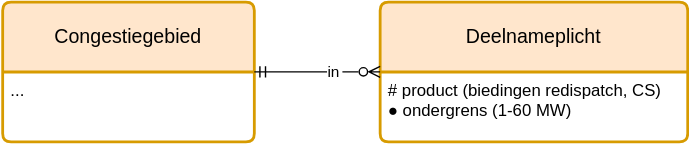
Netbeheer-Nederland/stelsel keeps this draw.io diagram as registers/congestiegebiedenregister/1.0/congestiegebiedenregister.drawio.svg. Above is the earlier version. Source tidied: cells renumbered, new cells last; positions are measured from the earlier drawing's top-left corner, leaving out a move shared by most shapes.
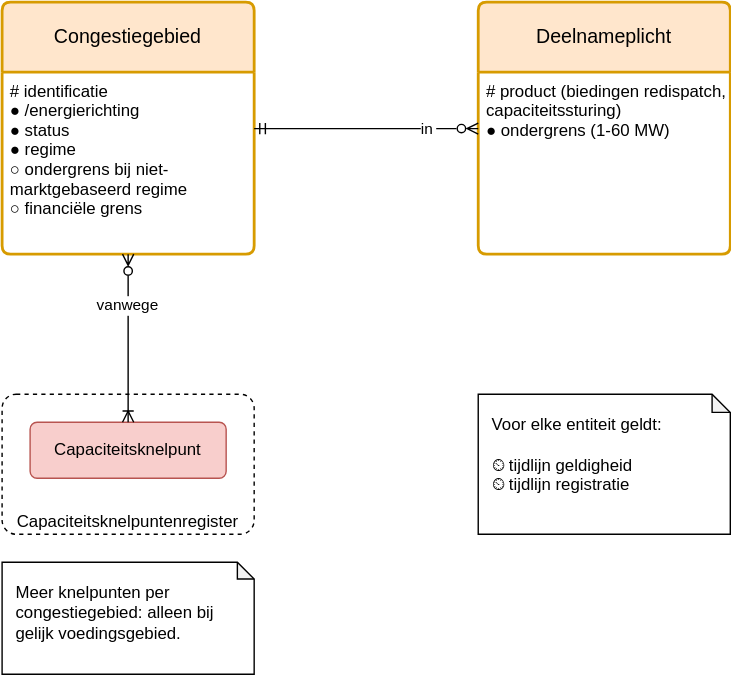
The same diagram one commit later.

The edit, as a diff of the source:
```diff
@@ -3,19 +3,34 @@
     <mxCell id="0" />
     <mxCell id="1" parent="0" />
     <mxCell id="2" value="Deelnameplicht" style="swimlane;horizontal=1;startSize=50;rounded=1;fontSize=14;fontStyle=0;strokeWidth=2;shadow=0;dashed=0;align=center;arcSize=4;whiteSpace=wrap;hachureGap=4;fontFamily=Helvetica;fillColor=#ffe6cc;strokeColor=#d79b00;spacing=10;fontColor=default;" parent="1" vertex="1">
-      <mxGeometry x="270" width="220" height="100" as="geometry" />
+      <mxGeometry x="340" width="180" height="180" as="geometry" />
     </mxCell>
-    <mxCell id="3" value="# product (biedingen redispatch, CS)&#10;● ondergrens (1-60 MW)" style="align=left;strokeColor=none;fillColor=none;spacingLeft=4;fontSize=12;verticalAlign=top;hachureGap=4;fontFamily=Helvetica;" parent="2" vertex="1">
-      <mxGeometry y="50" width="220" height="50" as="geometry" />
+    <mxCell id="3" value="# product (biedingen redispatch,&#10;   capaciteitssturing)&#10;● ondergrens (1-60 MW)" style="align=left;strokeColor=none;fillColor=none;spacingLeft=4;fontSize=12;verticalAlign=top;hachureGap=4;fontFamily=Helvetica;" parent="2" vertex="1">
+      <mxGeometry y="50" width="180" height="130" as="geometry" />
     </mxCell>
     <mxCell id="4" value="Congestiegebied" style="swimlane;horizontal=1;startSize=50;rounded=1;fontSize=14;fontStyle=0;strokeWidth=2;shadow=0;dashed=0;align=center;arcSize=4;whiteSpace=wrap;hachureGap=4;fontFamily=Helvetica;fillColor=#ffe6cc;strokeColor=#d79b00;spacing=10;" parent="1" vertex="1">
-      <mxGeometry width="180" height="100" as="geometry" />
+      <mxGeometry width="180" height="180" as="geometry" />
     </mxCell>
-    <mxCell id="5" value="...&#10;" style="align=left;strokeColor=none;fillColor=none;spacingLeft=4;fontSize=12;verticalAlign=top;hachureGap=4;fontFamily=Helvetica;" parent="4" vertex="1">
-      <mxGeometry y="50" width="180" height="50" as="geometry" />
+    <mxCell id="5" value="# identificatie&#10;● /energierichting&#10;● status&#10;● regime&#10;○ ondergrens bij niet-&#10;   marktgebaseerd regime&#10;○ financiële grens" style="align=left;strokeColor=none;fillColor=none;spacingLeft=4;fontSize=12;verticalAlign=top;hachureGap=4;fontFamily=Helvetica;" parent="4" vertex="1">
+      <mxGeometry y="50" width="180" height="130" as="geometry" />
     </mxCell>
     <mxCell id="6" value="in" style="endArrow=ERmandOne;rounded=0;fontFamily=Helvetica;fontSize=11;startSize=6;endSize=6;sourcePerimeterSpacing=0;targetPerimeterSpacing=0;endFill=0;startArrow=ERzeroToMany;startFill=0;align=right;elbow=vertical;edgeStyle=elbowEdgeStyle;" parent="1" edge="1" source="2" target="4">
-      <mxGeometry x="-0.4" relative="1" as="geometry" />
+      <mxGeometry x="-0.62" relative="1" as="geometry" />
     </mxCell>
+    <mxCell id="7" value="Capaciteitsknelpuntenregister" style="rounded=1;whiteSpace=wrap;absoluteArcSize=1;dashed=1;fillColor=default;verticalAlign=bottom;spacingLeft=10;spacingRight=10;align=center;" parent="1" vertex="1">
+      <mxGeometry y="280" width="180" height="100" as="geometry" />
+    </mxCell>
+    <mxCell id="8" value="Capaciteitsknelpunt" style="rounded=1;arcSize=10;whiteSpace=wrap;align=center;absoluteArcSize=1;spacing=10;fillColor=#f8cecc;strokeColor=#b85450;" parent="1" vertex="1">
+      <mxGeometry x="20" y="300" width="140" height="40" as="geometry" />
+    </mxCell>
+    <mxCell id="9" value="vanwege" style="endArrow=ERoneToMany;rounded=0;fontFamily=Helvetica;fontSize=11;startSize=6;endSize=6;sourcePerimeterSpacing=0;targetPerimeterSpacing=0;endFill=0;startArrow=ERzeroToMany;startFill=0;align=center;elbow=vertical;" parent="1" edge="1" source="4" target="8">
+      <mxGeometry x="-0.4" relative="1" as="geometry" />
+    </mxCell>
+    <mxCell id="10" value="Meer knelpunten per congestiegebied: alleen bij gelijk voedingsgebied." style="shape=note;whiteSpace=wrap;html=1;backgroundOutline=1;darkOpacity=0.05;size=12;align=left;verticalAlign=top;spacing=10;" parent="1" vertex="1">
+      <mxGeometry y="400" width="180" height="80" as="geometry" />
+    </mxCell>
+    <mxCell id="11" value="Voor elke entiteit geldt:&#10;&#10;⏲ tijdlijn geldigheid&#10;⏲ tijdlijn registratie" style="shape=note;whiteSpace=wrap;backgroundOutline=1;darkOpacity=0.05;align=left;size=13;spacing=10;verticalAlign=top;" parent="1" vertex="1">
+      <mxGeometry x="340" y="280" width="180" height="100" as="geometry" />
+    </mxCell>
   </root>
 </mxGraphModel>
```
